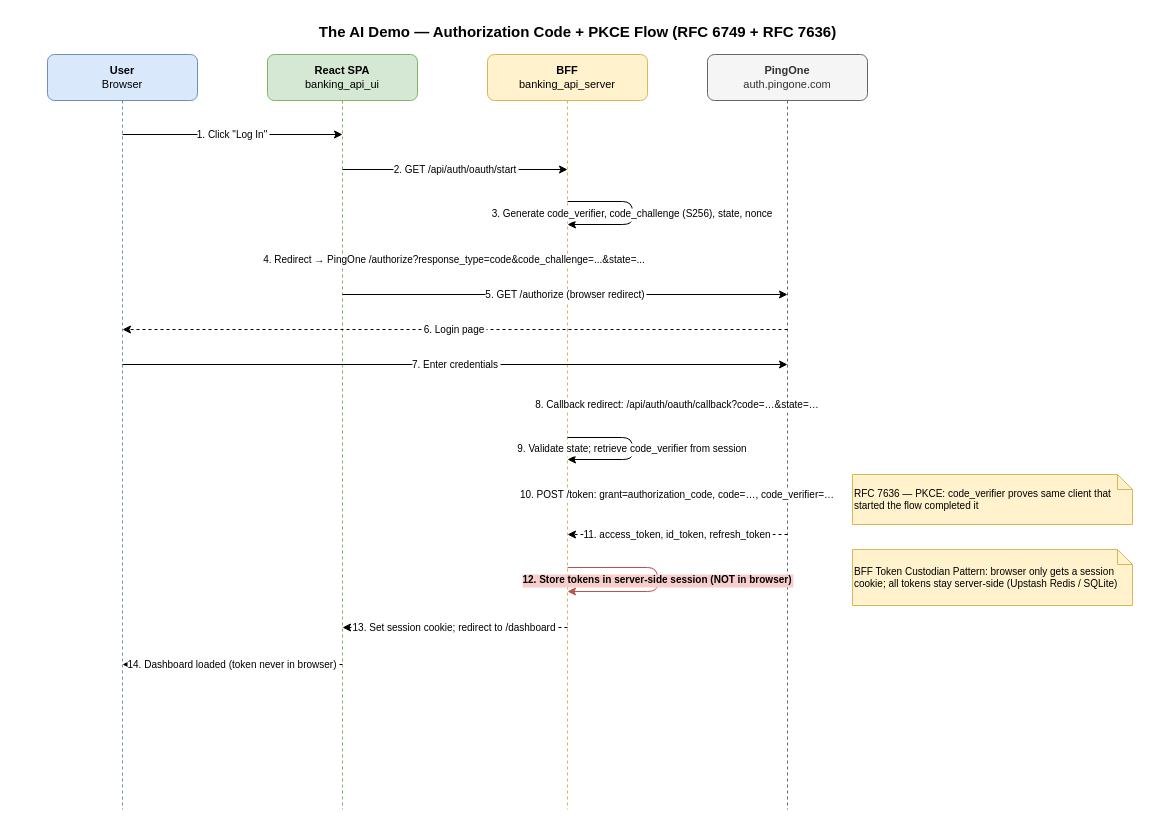
The draw.io diagram docs/Super-Banking-AuthCode-PKCE-Flow.drawio in curtismu7/AI-DEMO2, before the edit. Source tidied: cells renumbered, new cells numbered last; positions are measured from the earlier drawing's top-left corner, leaving out a move shared by most shapes. Both pictures are drawn from the tidied source at 100%, with x=0, y=0 at pixel (17, 17).
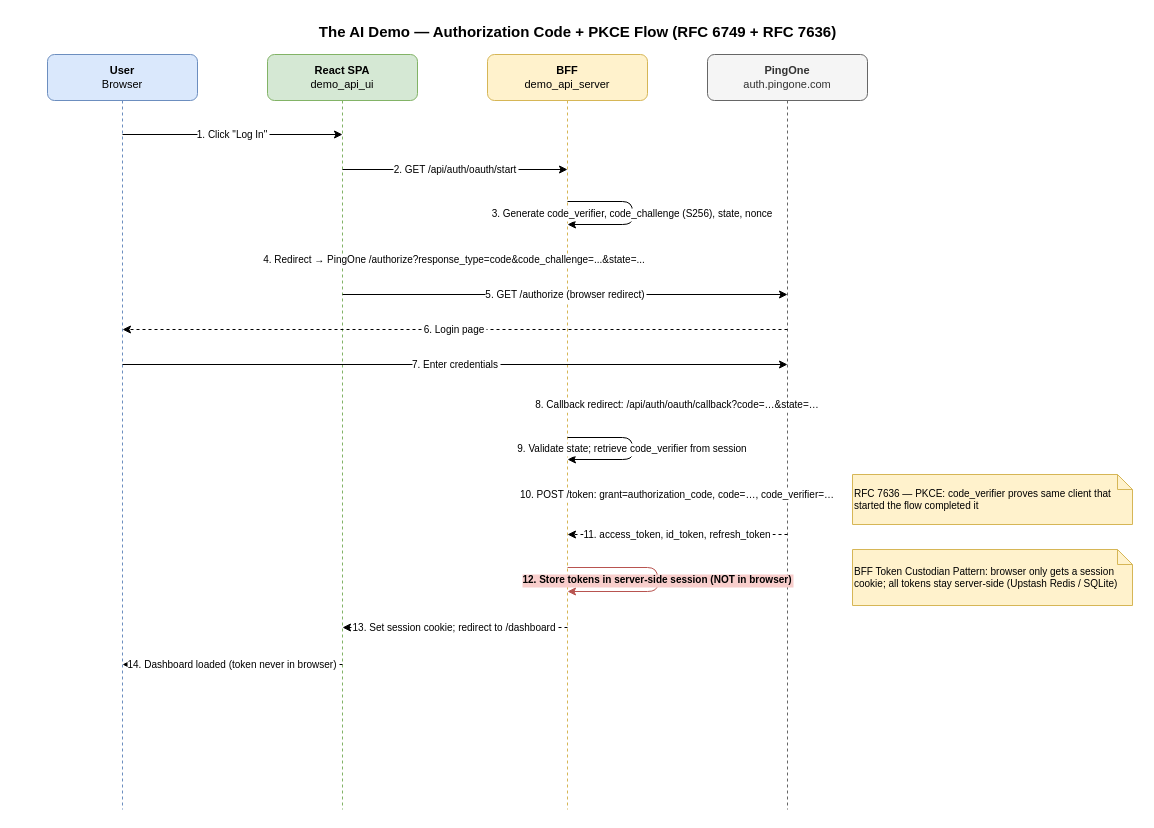
The same page after the edit.

Diff of the diagram source:
```diff
@@
-    <mxCell id="4" value="&lt;b&gt;React SPA&lt;/b&gt;&lt;br&gt;banking_api_ui" style="rounded=1;whiteSpace=wrap;html=1;fillColor=#d5e8d4;strokeColor=#82b366;fontSize=11;" parent="1" vertex="1">
+    <mxCell id="4" value="&lt;b&gt;React SPA&lt;/b&gt;&lt;br&gt;demo_api_ui" style="rounded=1;whiteSpace=wrap;html=1;fillColor=#d5e8d4;strokeColor=#82b366;fontSize=11;" parent="1" vertex="1">
       <mxGeometry x="250" y="37" width="150" height="46" as="geometry" />
     </mxCell>
-    <mxCell id="5" value="&lt;b&gt;BFF&lt;/b&gt;&lt;br&gt;banking_api_server" style="rounded=1;whiteSpace=wrap;html=1;fillColor=#fff2cc;strokeColor=#d6b656;fontSize=11;" parent="1" vertex="1">
+    <mxCell id="5" value="&lt;b&gt;BFF&lt;/b&gt;&lt;br&gt;demo_api_server" style="rounded=1;whiteSpace=wrap;html=1;fillColor=#fff2cc;strokeColor=#d6b656;fontSize=11;" parent="1" vertex="1">
       <mxGeometry x="470" y="37" width="160" height="46" as="geometry" />
     </mxCell>
```
